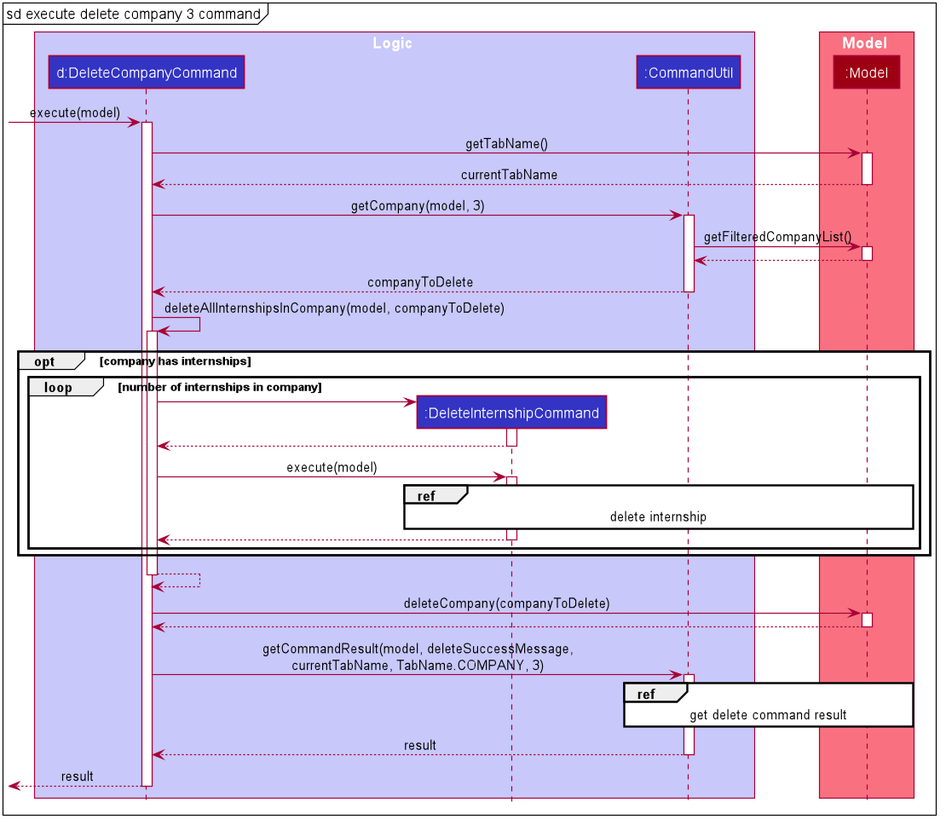
Above: docs/images/dg-company/ExecuteDeleteCompany3CommandSequenceDiagram.png in shawn-nyk/tp (PlantUML), before the change. The source it was exported from:
```plantuml
@startuml








skinparam BackgroundColor #FFFFFFF

skinparam Shadowing false

skinparam Class {
    FontColor #FFFFFF
    BorderThickness 1
    BorderColor #FFFFFF
    StereotypeFontColor #FFFFFF
    FontName Arial
}

skinparam Actor {
    BorderColor #000000
    Color #000000
    FontName Arial
}

skinparam Sequence {
    MessageAlign center
    BoxFontSize 15
    BoxPadding 0
    BoxFontColor #FFFFFF
    FontName Arial
}

skinparam Participant {
    FontColor #FFFFFFF
    Padding 20
}

skinparam MinClassWidth 50
skinparam ParticipantPadding 10
skinparam Shadowing false
skinparam DefaultTextAlignment center
skinparam packageStyle Rectangle

hide footbox
hide circle

box Logic #C8C8FA
participant "d:DeleteCompanyCommand" as DeleteCompanyCommand #3333C4
participant ":DeleteInternshipCommand" as DeleteInternshipCommand #3333C4
participant ":CommandUtil" as CommandUtil #3333C4
end box

box Model #F97181
participant ":Model" as Model #9D0012
end box

mainframe sd execute delete company 3 command

[-> DeleteCompanyCommand : execute(model)
activate DeleteCompanyCommand

DeleteCompanyCommand -> Model : getTabName()
activate Model

Model --> DeleteCompanyCommand : currentTabName
deactivate Model

DeleteCompanyCommand -> CommandUtil : getCompany(model, 3)
activate CommandUtil

CommandUtil -> Model : getFilteredCompanyList()
activate Model

Model --> CommandUtil
deactivate Model

CommandUtil --> DeleteCompanyCommand : companyToDelete
deactivate CommandUtil

DeleteCompanyCommand -> DeleteCompanyCommand : deleteAllInternshipsInCompany(model, companyToDelete)
activate DeleteCompanyCommand

opt company has internships
loop number of internships in company
    create DeleteInternshipCommand
    DeleteCompanyCommand -> DeleteInternshipCommand
    activate DeleteInternshipCommand

    DeleteInternshipCommand --> DeleteCompanyCommand
    deactivate DeleteInternshipCommand

    DeleteCompanyCommand -> DeleteInternshipCommand : execute(model)
    activate DeleteInternshipCommand

    ref over DeleteInternshipCommand, Model : delete internship

    DeleteInternshipCommand --> DeleteCompanyCommand
    deactivate DeleteInternshipCommand
end
end

DeleteCompanyCommand --> DeleteCompanyCommand
deactivate DeleteCompanyCommand

DeleteCompanyCommand -> Model : deleteCompany(companyToDelete)
activate Model

Model --> DeleteCompanyCommand
deactivate Model

DeleteCompanyCommand -> CommandUtil : getCommandResult(model, deleteSuccessMessage,\ncurrentTabName, TabName.COMPANY, 3)
activate CommandUtil

ref over CommandUtil, Model: get delete command result

CommandUtil --> DeleteCompanyCommand : result
deactivate CommandUtil

[<-- DeleteCompanyCommand : result
deactivate DeleteCompanyCommand
@enduml
```
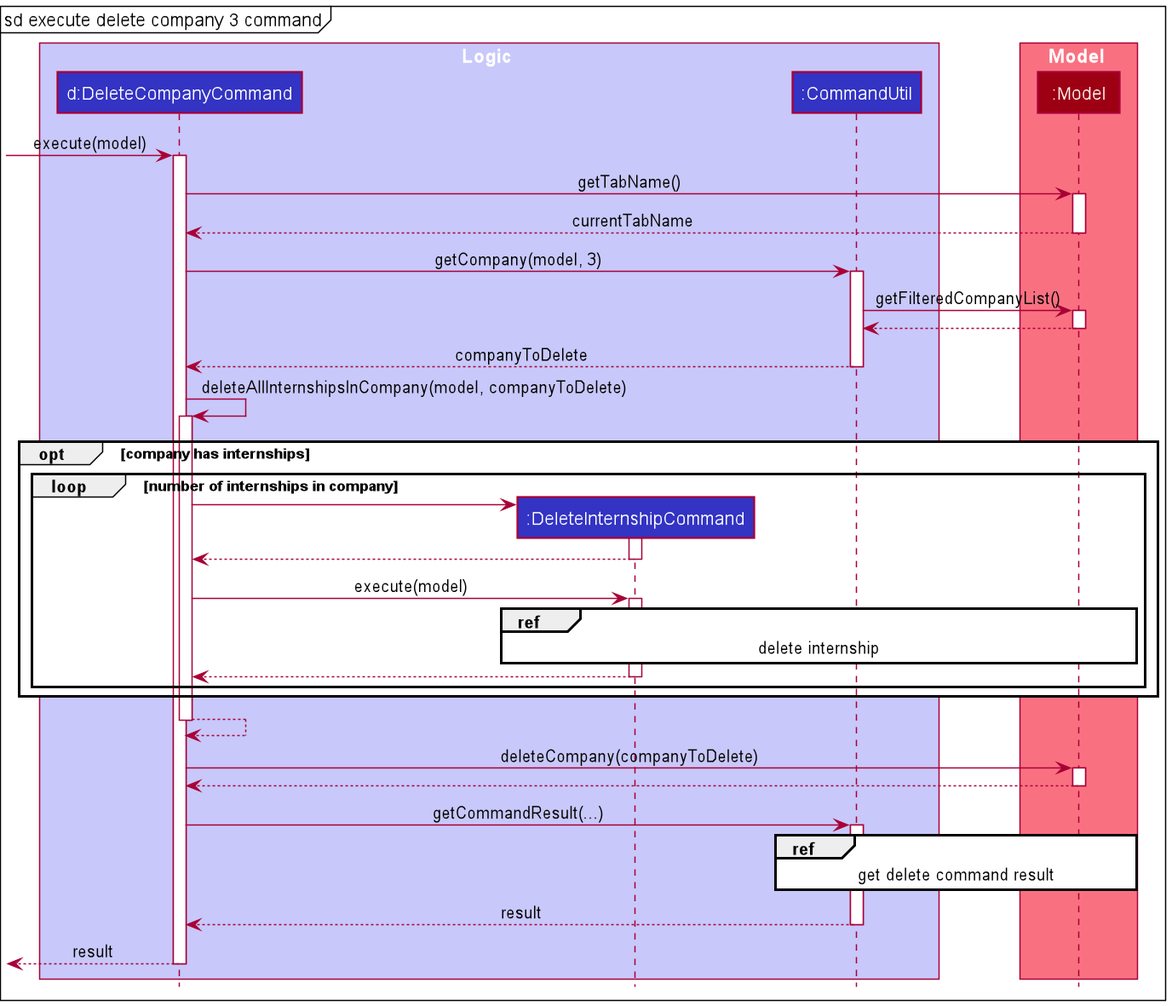
Above is the later version.

Diff of the diagram source:
```diff
@@ -1,60 +1,14 @@
 @startuml
+!include InternHunterStyle.puml
 
-
-
-
-
-
-
-
-skinparam BackgroundColor #FFFFFFF
-
-skinparam Shadowing false
-
-skinparam Class {
-    FontColor #FFFFFF
-    BorderThickness 1
-    BorderColor #FFFFFF
-    StereotypeFontColor #FFFFFF
-    FontName Arial
-}
-
-skinparam Actor {
-    BorderColor #000000
-    Color #000000
-    FontName Arial
-}
-
-skinparam Sequence {
-    MessageAlign center
-    BoxFontSize 15
-    BoxPadding 0
-    BoxFontColor #FFFFFF
-    FontName Arial
-}
-
-skinparam Participant {
-    FontColor #FFFFFFF
-    Padding 20
-}
-
-skinparam MinClassWidth 50
-skinparam ParticipantPadding 10
-skinparam Shadowing false
-skinparam DefaultTextAlignment center
-skinparam packageStyle Rectangle
-
-hide footbox
-hide circle
-
-box Logic #C8C8FA
-participant "d:DeleteCompanyCommand" as DeleteCompanyCommand #3333C4
-participant ":DeleteInternshipCommand" as DeleteInternshipCommand #3333C4
-participant ":CommandUtil" as CommandUtil #3333C4
+box Logic LOGIC_COLOR_T1
+participant "d:DeleteCompanyCommand" as DeleteCompanyCommand LOGIC_COLOR
+participant ":DeleteInternshipCommand" as DeleteInternshipCommand LOGIC_COLOR
+participant ":CommandUtil" as CommandUtil LOGIC_COLOR
 end box
 
-box Model #F97181
-participant ":Model" as Model #9D0012
+box Model MODEL_COLOR_T1
+participant ":Model" as Model MODEL_COLOR
 end box
 
 mainframe sd execute delete company 3 command
@@ -111,7 +65,7 @@
 Model --> DeleteCompanyCommand
 deactivate Model
 
-DeleteCompanyCommand -> CommandUtil : getCommandResult(model, deleteSuccessMessage,\ncurrentTabName, TabName.COMPANY, 3)
+DeleteCompanyCommand -> CommandUtil : getCommandResult(...)
 activate CommandUtil
 
 ref over CommandUtil, Model: get delete command result
```
